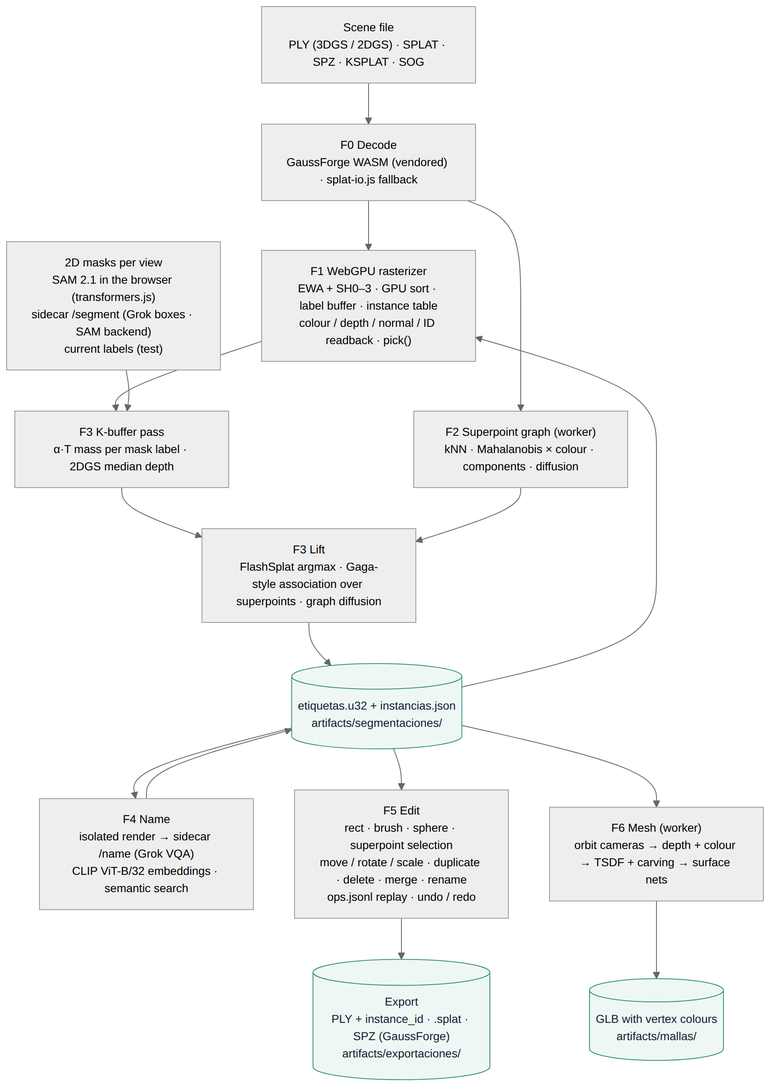
The Mermaid diagram docs/figures/segmentation-pipeline.png in EdwinKestler/Gaussian-Splatting-WebViewers, before a commit. Its source is kept beside it as docs/figures/segmentation-pipeline.mmd.
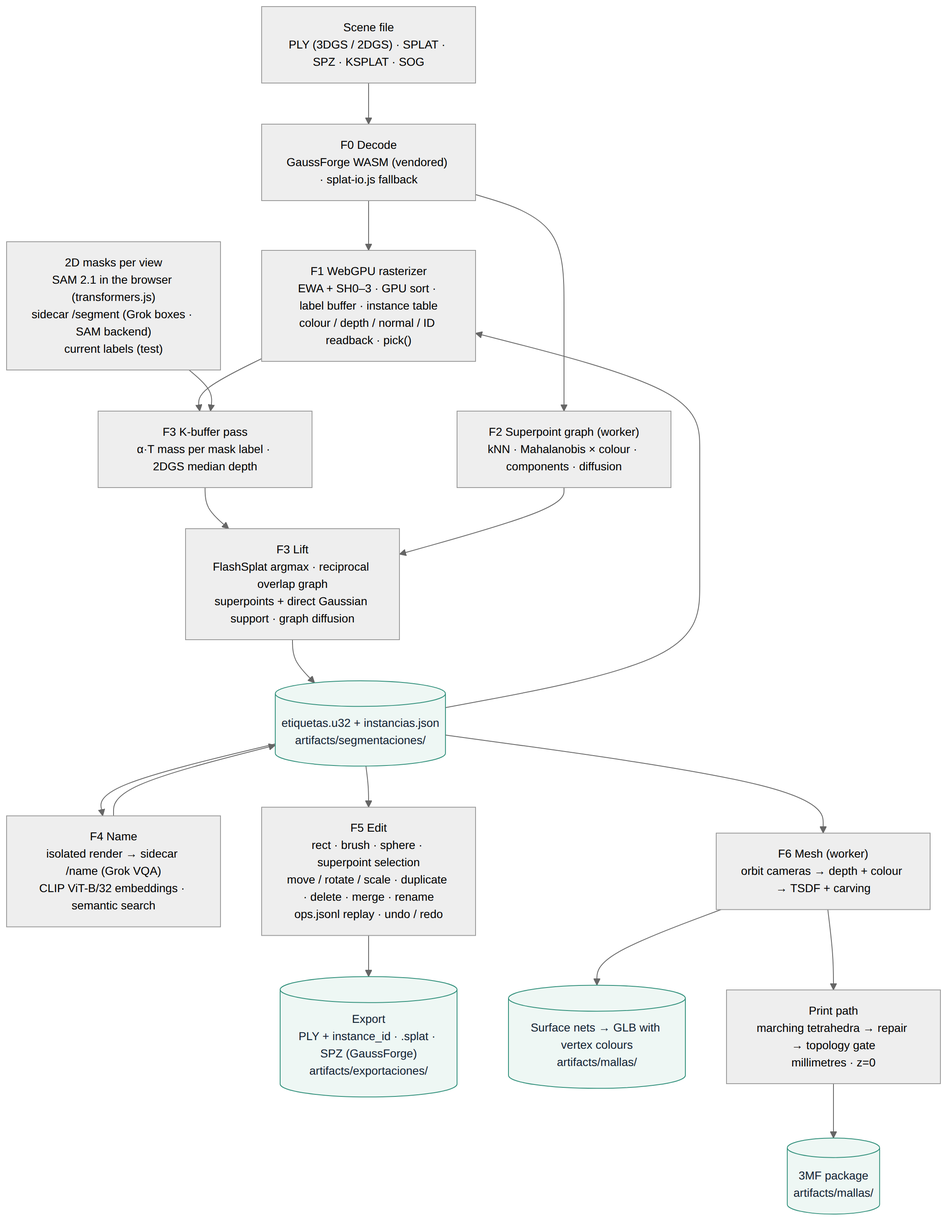
The same file after the commit.

Diff of the diagram source:
```diff
@@ -4,7 +4,7 @@
   B --> C["F2 Superpoint graph (worker)<br/>kNN · Mahalanobis × colour · components · diffusion"]
   D --> E["F3 K-buffer pass<br/>α·T mass per mask label · 2DGS median depth"]
   M["2D masks per view<br/>SAM 2.1 in the browser (transformers.js)<br/>sidecar /segment (Grok boxes · SAM backend)<br/>current labels (test)"] --> E
-  E --> G["F3 Lift<br/>FlashSplat argmax · Gaga-style association over superpoints · graph diffusion"]
+  E --> G["F3 Lift<br/>FlashSplat argmax · reciprocal overlap graph<br/>superpoints + direct Gaussian support · graph diffusion"]
   C --> G
   G --> J[("etiquetas.u32 + instancias.json<br/>artifacts/segmentaciones/")]
   J --> D
@@ -12,7 +12,9 @@
   K --> J
   J --> L["F5 Edit<br/>rect · brush · sphere · superpoint selection<br/>move / rotate / scale · duplicate · delete · merge · rename<br/>ops.jsonl replay · undo / redo"]
   L --> X[("Export<br/>PLY + instance_id · .splat · SPZ (GaussForge)<br/>artifacts/exportaciones/")]
-  J --> N["F6 Mesh (worker)<br/>orbit cameras → depth + colour → TSDF + carving → surface nets"]
-  N --> Y[("GLB with vertex colours<br/>artifacts/mallas/")]
+  J --> N["F6 Mesh (worker)<br/>orbit cameras → depth + colour → TSDF + carving"]
+  N --> Y[("Surface nets → GLB with vertex colours<br/>artifacts/mallas/")]
+  N --> P["Print path<br/>marching tetrahedra → repair → topology gate<br/>millimetres · z=0"]
+  P --> Z[("3MF package<br/>artifacts/mallas/")]
   classDef store fill:#eef7f4,stroke:#2f8f7a,color:#123;
-  class J,X,Y store;
+  class J,X,Y,Z store;
```
